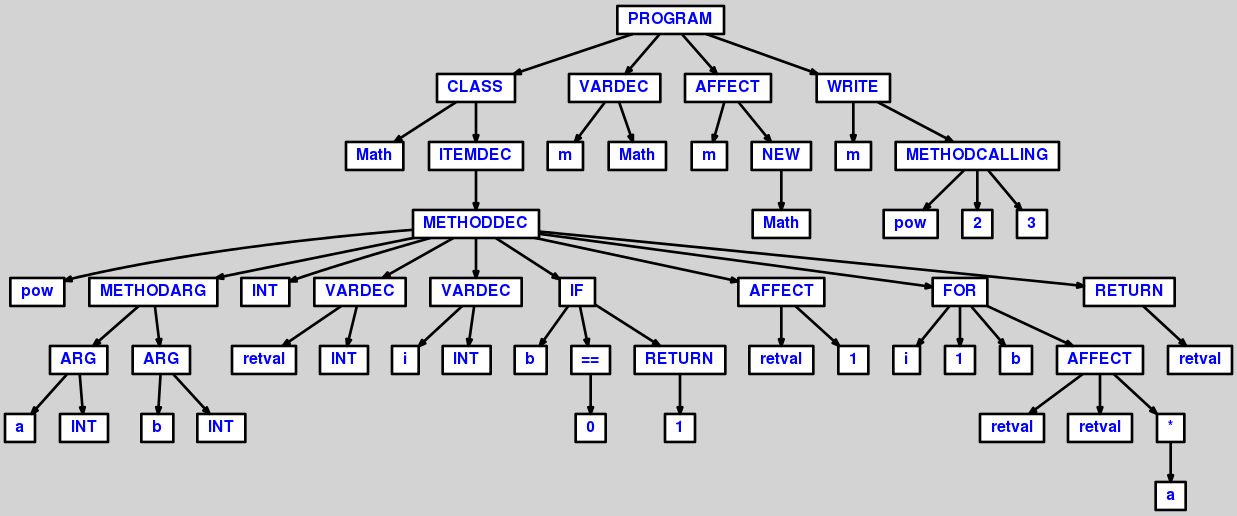
Before: AST/ASTprog2.dot.png, a diagram exported from Graphviz (AOSauron/compiler-clooc). Its source is kept beside it as AST/ASTprog2.dot.
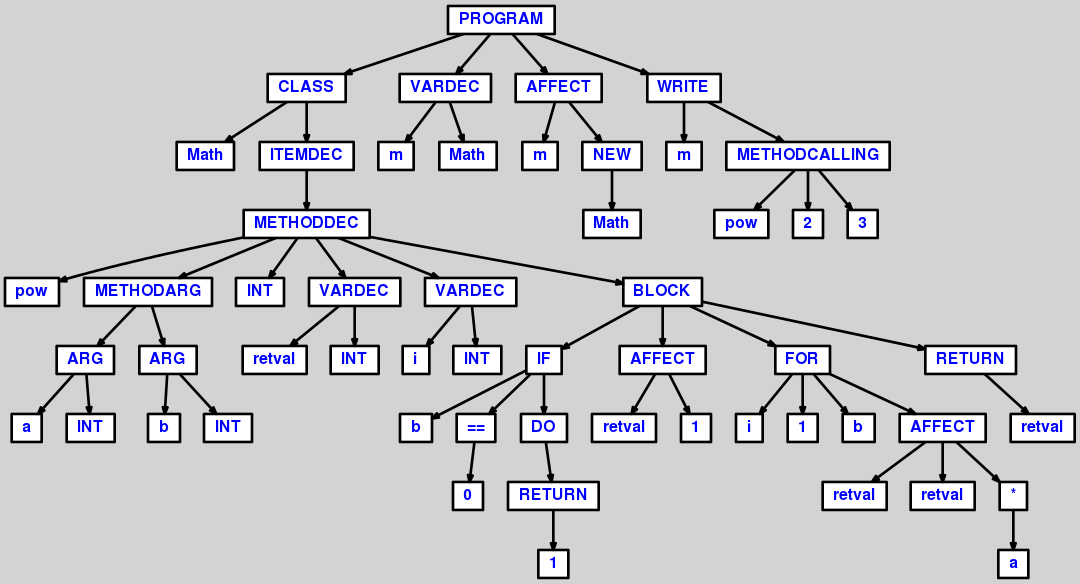
The same diagram one commit later.

What changed in the source:
```diff
@@ -34,52 +34,56 @@
   n17 [label="VARDEC"];
   n18 [label="i"];
   n19 [label="INT"];
-  n20 [label="IF"];
-  n20 [label="IF"];
-  n21 [label="b"];
-  n22 [label="=="];
-  n22 [label="=="];
-  n23 [label="0"];
-  n24 [label="RETURN"];
-  n24 [label="RETURN"];
-  n25 [label="1"];
-  n26 [label="AFFECT"];
-  n26 [label="AFFECT"];
-  n27 [label="retval"];
-  n28 [label="1"];
-  n29 [label="FOR"];
-  n29 [label="FOR"];
-  n30 [label="i"];
-  n31 [label="1"];
-  n32 [label="b"];
-  n33 [label="AFFECT"];
-  n33 [label="AFFECT"];
-  n34 [label="retval"];
-  n35 [label="retval"];
-  n36 [label="*"];
-  n36 [label="*"];
-  n37 [label="a"];
-  n38 [label="RETURN"];
-  n38 [label="RETURN"];
-  n39 [label="retval"];
-  n40 [label="VARDEC"];
-  n40 [label="VARDEC"];
-  n41 [label="m"];
-  n42 [label="Math"];
-  n43 [label="AFFECT"];
-  n43 [label="AFFECT"];
-  n44 [label="m"];
-  n45 [label="NEW"];
-  n45 [label="NEW"];
-  n46 [label="Math"];
-  n47 [label="WRITE"];
-  n47 [label="WRITE"];
-  n48 [label="m"];
-  n49 [label="METHODCALLING"];
-  n49 [label="METHODCALLING"];
-  n50 [label="pow"];
-  n51 [label="2"];
-  n52 [label="3"];
+  n20 [label="BLOCK"];
+  n20 [label="BLOCK"];
+  n21 [label="IF"];
+  n21 [label="IF"];
+  n22 [label="b"];
+  n23 [label="=="];
+  n23 [label="=="];
+  n24 [label="0"];
+  n25 [label="DO"];
+  n25 [label="DO"];
+  n26 [label="RETURN"];
+  n26 [label="RETURN"];
+  n27 [label="1"];
+  n28 [label="AFFECT"];
+  n28 [label="AFFECT"];
+  n29 [label="retval"];
+  n30 [label="1"];
+  n31 [label="FOR"];
+  n31 [label="FOR"];
+  n32 [label="i"];
+  n33 [label="1"];
+  n34 [label="b"];
+  n35 [label="AFFECT"];
+  n35 [label="AFFECT"];
+  n36 [label="retval"];
+  n37 [label="retval"];
+  n38 [label="*"];
+  n38 [label="*"];
+  n39 [label="a"];
+  n40 [label="RETURN"];
+  n40 [label="RETURN"];
+  n41 [label="retval"];
+  n42 [label="VARDEC"];
+  n42 [label="VARDEC"];
+  n43 [label="m"];
+  n44 [label="Math"];
+  n45 [label="AFFECT"];
+  n45 [label="AFFECT"];
+  n46 [label="m"];
+  n47 [label="NEW"];
+  n47 [label="NEW"];
+  n48 [label="Math"];
+  n49 [label="WRITE"];
+  n49 [label="WRITE"];
+  n50 [label="m"];
+  n51 [label="METHODCALLING"];
+  n51 [label="METHODCALLING"];
+  n52 [label="pow"];
+  n53 [label="2"];
+  n54 [label="3"];
 
   n0 -> n1 // "PROGRAM" -> "CLASS"
   n1 -> n2 // "CLASS" -> "Math"
@@ -100,38 +104,40 @@
   n4 -> n17 // "METHODDEC" -> "VARDEC"
   n17 -> n18 // "VARDEC" -> "i"
   n17 -> n19 // "VARDEC" -> "INT"
-  n4 -> n20 // "METHODDEC" -> "IF"
-  n20 -> n21 // "IF" -> "b"
-  n20 -> n22 // "IF" -> "=="
-  n22 -> n23 // "==" -> "0"
-  n20 -> n24 // "IF" -> "RETURN"
-  n24 -> n25 // "RETURN" -> "1"
-  n4 -> n26 // "METHODDEC" -> "AFFECT"
-  n26 -> n27 // "AFFECT" -> "retval"
-  n26 -> n28 // "AFFECT" -> "1"
-  n4 -> n29 // "METHODDEC" -> "FOR"
-  n29 -> n30 // "FOR" -> "i"
-  n29 -> n31 // "FOR" -> "1"
-  n29 -> n32 // "FOR" -> "b"
-  n29 -> n33 // "FOR" -> "AFFECT"
-  n33 -> n34 // "AFFECT" -> "retval"
-  n33 -> n35 // "AFFECT" -> "retval"
-  n33 -> n36 // "AFFECT" -> "*"
-  n36 -> n37 // "*" -> "a"
-  n4 -> n38 // "METHODDEC" -> "RETURN"
-  n38 -> n39 // "RETURN" -> "retval"
-  n0 -> n40 // "PROGRAM" -> "VARDEC"
-  n40 -> n41 // "VARDEC" -> "m"
-  n40 -> n42 // "VARDEC" -> "Math"
-  n0 -> n43 // "PROGRAM" -> "AFFECT"
-  n43 -> n44 // "AFFECT" -> "m"
-  n43 -> n45 // "AFFECT" -> "NEW"
-  n45 -> n46 // "NEW" -> "Math"
-  n0 -> n47 // "PROGRAM" -> "WRITE"
-  n47 -> n48 // "WRITE" -> "m"
-  n47 -> n49 // "WRITE" -> "METHODCALLING"
-  n49 -> n50 // "METHODCALLING" -> "pow"
-  n49 -> n51 // "METHODCALLING" -> "2"
-  n49 -> n52 // "METHODCALLING" -> "3"
+  n4 -> n20 // "METHODDEC" -> "BLOCK"
+  n20 -> n21 // "BLOCK" -> "IF"
+  n21 -> n22 // "IF" -> "b"
+  n21 -> n23 // "IF" -> "=="
+  n23 -> n24 // "==" -> "0"
+  n21 -> n25 // "IF" -> "DO"
+  n25 -> n26 // "DO" -> "RETURN"
+  n26 -> n27 // "RETURN" -> "1"
+  n20 -> n28 // "BLOCK" -> "AFFECT"
+  n28 -> n29 // "AFFECT" -> "retval"
+  n28 -> n30 // "AFFECT" -> "1"
+  n20 -> n31 // "BLOCK" -> "FOR"
+  n31 -> n32 // "FOR" -> "i"
+  n31 -> n33 // "FOR" -> "1"
+  n31 -> n34 // "FOR" -> "b"
+  n31 -> n35 // "FOR" -> "AFFECT"
+  n35 -> n36 // "AFFECT" -> "retval"
+  n35 -> n37 // "AFFECT" -> "retval"
+  n35 -> n38 // "AFFECT" -> "*"
+  n38 -> n39 // "*" -> "a"
+  n20 -> n40 // "BLOCK" -> "RETURN"
+  n40 -> n41 // "RETURN" -> "retval"
+  n0 -> n42 // "PROGRAM" -> "VARDEC"
+  n42 -> n43 // "VARDEC" -> "m"
+  n42 -> n44 // "VARDEC" -> "Math"
+  n0 -> n45 // "PROGRAM" -> "AFFECT"
+  n45 -> n46 // "AFFECT" -> "m"
+  n45 -> n47 // "AFFECT" -> "NEW"
+  n47 -> n48 // "NEW" -> "Math"
+  n0 -> n49 // "PROGRAM" -> "WRITE"
+  n49 -> n50 // "WRITE" -> "m"
+  n49 -> n51 // "WRITE" -> "METHODCALLING"
+  n51 -> n52 // "METHODCALLING" -> "pow"
+  n51 -> n53 // "METHODCALLING" -> "2"
+  n51 -> n54 // "METHODCALLING" -> "3"
 
 }
```
